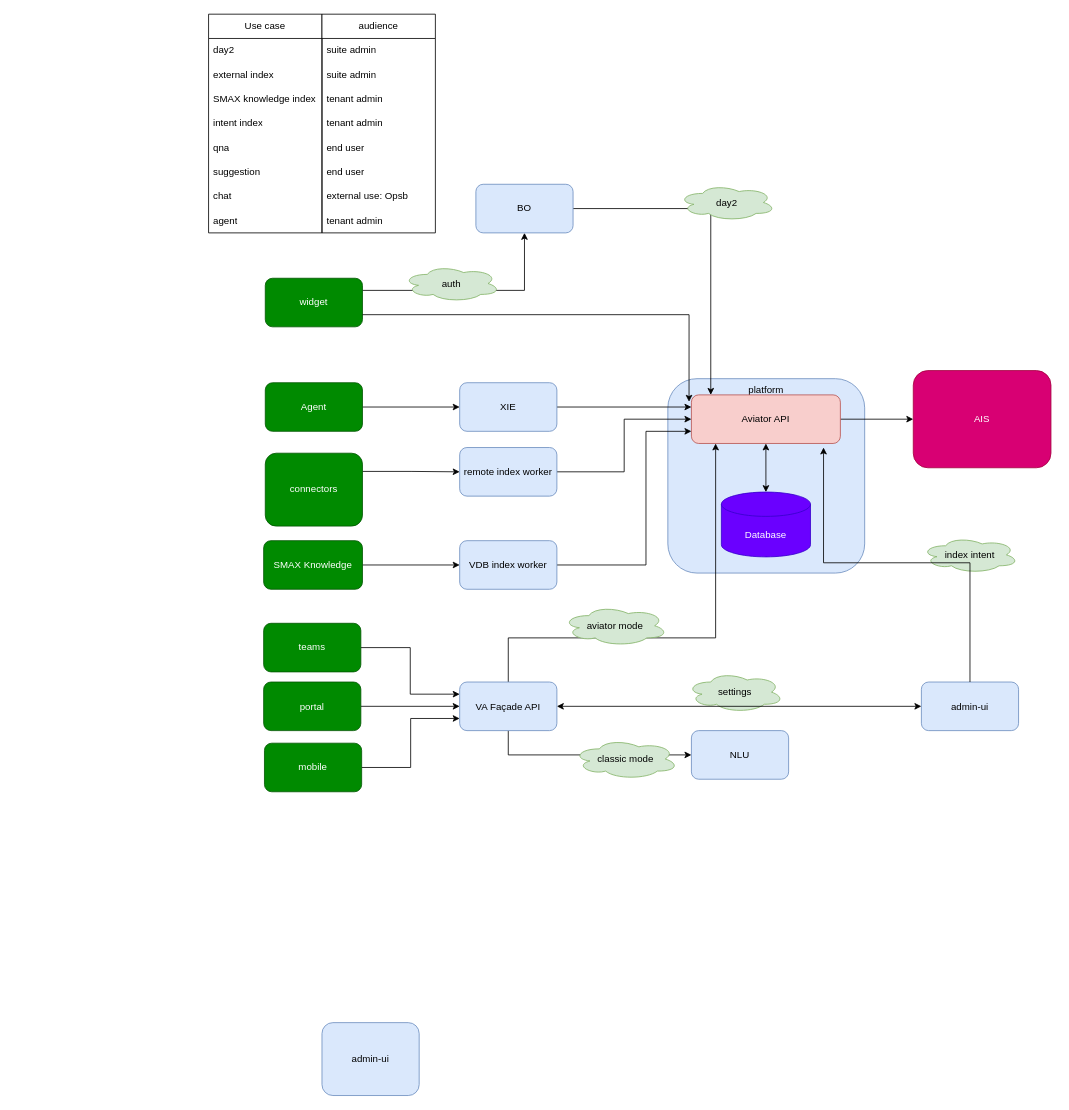
Earlier version of the draw.io diagram LLM/API adopt.drawio (Ice-YcY/Diagram). Source tidied: cells renumbered, new cells numbered last; positions are measured from the earlier drawing's top-left corner, leaving out a move shared by most shapes. Both pictures are drawn from the tidied source at 81%, with x=0, y=0 at pixel (208, 14).
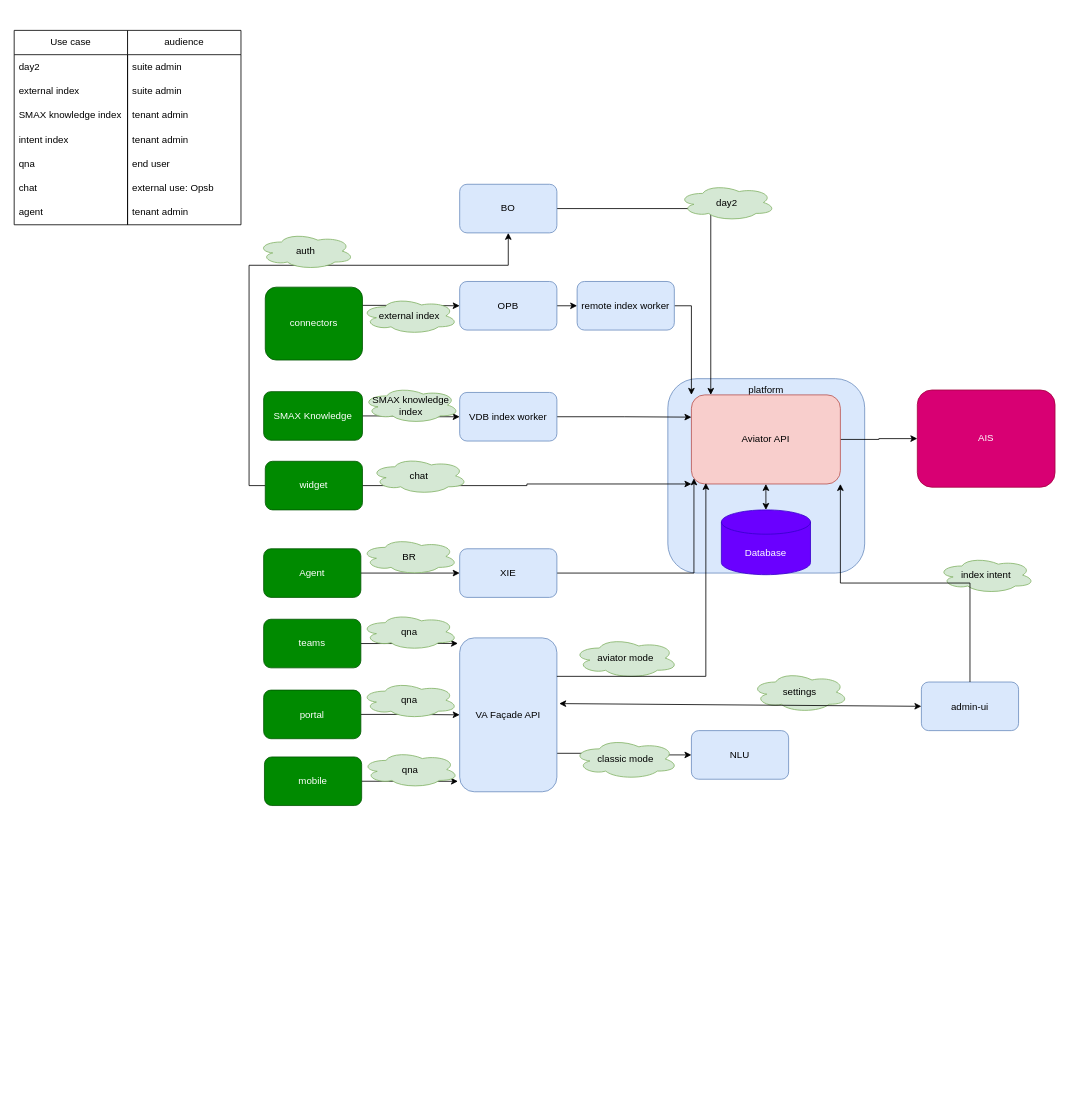
The same page after the edit.

The change refers to these unchanged cells:
```xml
<mxCell id="8" value="admin-ui" style="rounded=1;whiteSpace=wrap;html=1;fillColor=#dae8fc;strokeColor=#6c8ebf;" parent="1" vertex="1">
  <mxGeometry x="880" y="824.5" width="120" height="60" as="geometry" />
</mxCell>
<mxCell id="18" value="NLU" style="rounded=1;whiteSpace=wrap;html=1;fillColor=#dae8fc;strokeColor=#6c8ebf;" parent="1" vertex="1">
  <mxGeometry x="596.1" y="884.5" width="120" height="60" as="geometry" />
</mxCell>
```

Diff of the diagram source:
```diff
@@
     <mxCell id="4" value="portal" style="rounded=1;whiteSpace=wrap;html=1;fillColor=#008a00;fontColor=#ffffff;strokeColor=#005700;" parent="1" vertex="1">
-      <mxGeometry x="68" y="824.5" width="120" height="60" as="geometry" />
+      <mxGeometry x="68" y="834.5" width="120" height="60" as="geometry" />
     </mxCell>
-    <mxCell id="5" style="edgeStyle=orthogonalEdgeStyle;rounded=0;jettySize=auto;html=1;exitX=0.5;exitY=1;exitDx=0;exitDy=0;" parent="1" edge="1" source="7" target="18">
+    <mxCell id="5" style="edgeStyle=orthogonalEdgeStyle;rounded=0;jettySize=auto;html=1;exitX=1;exitY=0.75;exitDx=0;exitDy=0;" parent="1" edge="1" source="7" target="18">
       <mxGeometry relative="1" as="geometry" />
     </mxCell>
-    <mxCell id="6" style="edgeStyle=orthogonalEdgeStyle;rounded=0;jettySize=auto;html=1;exitX=0.5;exitY=0;exitDx=0;exitDy=0;" parent="1" edge="1" source="7" target="14">
-      <mxGeometry relative="1" as="geometry">
-        <Array as="points">
-          <mxPoint x="370" y="770" />
-          <mxPoint x="626" y="770" />
-        </Array>
-      </mxGeometry>
-    </mxCell>
     <mxCell id="7" value="VA Façade API" style="rounded=1;whiteSpace=wrap;html=1;fillColor=#dae8fc;strokeColor=#6c8ebf;" parent="1" vertex="1">
-      <mxGeometry x="310" y="824.5" width="120" height="60" as="geometry" />
+      <mxGeometry x="310" y="770" width="120" height="190" as="geometry" />
     </mxCell>
@@
-    <mxCell id="9" style="edgeStyle=orthogonalEdgeStyle;rounded=0;jettySize=auto;html=1;exitX=1;exitY=0.5;exitDx=0;exitDy=0;entryX=0;entryY=0.25;entryDx=0;entryDy=0;" parent="1" edge="1" source="10" target="7">
+    <mxCell id="9" style="edgeStyle=orthogonalEdgeStyle;rounded=0;jettySize=auto;html=1;exitX=1;exitY=0.5;exitDx=0;exitDy=0;entryX=-0.018;entryY=0.036;entryDx=0;entryDy=0;entryPerimeter=0;" parent="1" edge="1" source="10" target="7">
       <mxGeometry relative="1" as="geometry" />
     </mxCell>
     <mxCell id="10" value="teams" style="rounded=1;whiteSpace=wrap;html=1;fillColor=#008a00;fontColor=#ffffff;strokeColor=#005700;" parent="1" vertex="1">
-      <mxGeometry x="68" y="752" width="120" height="60" as="geometry" />
+      <mxGeometry x="68" y="747" width="120" height="60" as="geometry" />
     </mxCell>
-    <mxCell id="11" style="edgeStyle=orthogonalEdgeStyle;rounded=0;jettySize=auto;html=1;exitX=1;exitY=0.5;exitDx=0;exitDy=0;entryX=0;entryY=0.75;entryDx=0;entryDy=0;" parent="1" edge="1" source="12" target="7">
+    <mxCell id="11" style="edgeStyle=orthogonalEdgeStyle;rounded=0;jettySize=auto;html=1;exitX=1;exitY=0.5;exitDx=0;exitDy=0;entryX=-0.018;entryY=0.932;entryDx=0;entryDy=0;entryPerimeter=0;" parent="1" edge="1" source="12" target="7">
       <mxGeometry relative="1" as="geometry" />
     </mxCell>
     <mxCell id="12" value="mobile" style="rounded=1;whiteSpace=wrap;html=1;fillColor=#008a00;fontColor=#ffffff;strokeColor=#005700;" parent="1" vertex="1">
-      <mxGeometry x="69" y="900" width="120" height="60" as="geometry" />
+      <mxGeometry x="69" y="917" width="120" height="60" as="geometry" />
     </mxCell>
@@
     <mxCell id="14" value="Aviator API" style="rounded=1;whiteSpace=wrap;html=1;fillColor=#f8cecc;strokeColor=#b85450;" parent="1" vertex="1">
-      <mxGeometry x="596.1" y="470" width="183.9" height="60" as="geometry" />
+      <mxGeometry x="596.1" y="470" width="183.9" height="110" as="geometry" />
     </mxCell>
     <mxCell id="15" value="index intent" style="ellipse;shape=cloud;whiteSpace=wrap;html=1;fillColor=#d5e8d4;strokeColor=#82b366;" parent="1" vertex="1">
-      <mxGeometry x="880" y="645" width="120" height="45" as="geometry" />
+      <mxGeometry x="900" y="670" width="120" height="45" as="geometry" />
     </mxCell>
     <mxCell id="16" value="aviator mode" style="ellipse;shape=cloud;whiteSpace=wrap;html=1;verticalAlign=middle;fillColor=#d5e8d4;strokeColor=#82b366;" parent="1" vertex="1">
-      <mxGeometry x="437" y="730" width="130" height="50" as="geometry" />
+      <mxGeometry x="450" y="770" width="130" height="50" as="geometry" />
     </mxCell>
     <mxCell id="17" value="Database" style="shape=cylinder3;whiteSpace=wrap;html=1;boundedLbl=1;backgroundOutline=1;size=15;fillColor=#6a00ff;strokeColor=#3700CC;fontColor=#ffffff;" parent="1" vertex="1">
-      <mxGeometry x="633.1" y="590" width="110" height="80" as="geometry" />
+      <mxGeometry x="633.1" y="612" width="110" height="80" as="geometry" />
     </mxCell>
@@
     <mxCell id="19" value="settings" style="ellipse;shape=cloud;whiteSpace=wrap;html=1;fillColor=#d5e8d4;strokeColor=#82b366;" parent="1" vertex="1">
-      <mxGeometry x="590" y="812" width="120" height="50" as="geometry" />
+      <mxGeometry x="670" y="812" width="120" height="50" as="geometry" />
     </mxCell>
-    <mxCell id="20" style="endArrow=classic;startArrow=classic;html=1;rounded=0;exitX=1;exitY=0.5;exitDx=0;exitDy=0;entryX=0;entryY=0.5;entryDx=0;entryDy=0;" parent="1" edge="1" source="7" target="8">
+    <mxCell id="20" style="endArrow=classic;startArrow=classic;html=1;rounded=0;exitX=1.024;exitY=0.427;exitDx=0;exitDy=0;entryX=0;entryY=0.5;entryDx=0;entryDy=0;exitPerimeter=0;" parent="1" edge="1" source="7" target="8">
       <mxGeometry relative="1" as="geometry" />
     </mxCell>
@@
     <mxCell id="23" value="AIS" style="rounded=1;whiteSpace=wrap;html=1;fillColor=#d80073;fontColor=#ffffff;strokeColor=#A50040;" parent="1" vertex="1">
-      <mxGeometry x="870" y="440" width="170" height="120" as="geometry" />
+      <mxGeometry x="875" y="464" width="170" height="120" as="geometry" />
     </mxCell>
-    <mxCell id="24" value="admin-ui" style="rounded=1;whiteSpace=wrap;html=1;fillColor=#dae8fc;strokeColor=#6c8ebf;" parent="1" vertex="1">
-      <mxGeometry x="140" y="1245" width="120" height="90" as="geometry" />
-    </mxCell>
+    <mxCell id="41" style="edgeStyle=orthogonalEdgeStyle;rounded=0;jettySize=auto;html=1;exitX=1;exitY=0.5;exitDx=0;exitDy=0;entryX=0;entryY=1;entryDx=0;entryDy=0;" parent="1" edge="1" source="26" target="14">
+      <mxGeometry relative="1" as="geometry">
+        <Array as="points">
+          <mxPoint x="393" y="582" />
+          <mxPoint x="393" y="580" />
+        </Array>
+      </mxGeometry>
+    </mxCell>
-    <mxCell id="25" style="edgeStyle=orthogonalEdgeStyle;rounded=0;jettySize=auto;html=1;exitX=1;exitY=0.25;exitDx=0;exitDy=0;entryX=0.5;entryY=1;entryDx=0;entryDy=0;" parent="1" edge="1" source="26" target="28">
-      <mxGeometry relative="1" as="geometry" />
+    <mxCell id="25" style="edgeStyle=orthogonalEdgeStyle;rounded=0;jettySize=auto;html=1;exitX=0;exitY=0.5;exitDx=0;exitDy=0;entryX=0.5;entryY=1;entryDx=0;entryDy=0;" parent="1" edge="1" source="26" target="28">
+      <mxGeometry relative="1" as="geometry">
+        <Array as="points">
+          <mxPoint x="50" y="582" />
+          <mxPoint x="50" y="310" />
+          <mxPoint x="370" y="310" />
+        </Array>
+      </mxGeometry>
     </mxCell>
     <mxCell id="26" value="widget" style="rounded=1;whiteSpace=wrap;html=1;fillColor=#008a00;fontColor=#ffffff;strokeColor=#005700;" parent="1" vertex="1">
-      <mxGeometry x="70" y="326" width="120" height="60" as="geometry" />
+      <mxGeometry x="70" y="552" width="120" height="60" as="geometry" />
     </mxCell>
@@
     <mxCell id="28" value="BO" style="rounded=1;whiteSpace=wrap;html=1;fillColor=#dae8fc;strokeColor=#6c8ebf;" parent="1" vertex="1">
-      <mxGeometry x="330" y="210" width="120" height="60" as="geometry" />
+      <mxGeometry x="310" y="210" width="120" height="60" as="geometry" />
     </mxCell>
@@
-    <mxCell id="30" style="edgeStyle=orthogonalEdgeStyle;rounded=0;jettySize=auto;html=1;exitX=1;exitY=0.25;exitDx=0;exitDy=0;entryX=0;entryY=0.5;entryDx=0;entryDy=0;" parent="1" edge="1" source="31" target="33">
+    <mxCell id="30" style="edgeStyle=orthogonalEdgeStyle;rounded=0;jettySize=auto;html=1;exitX=1;exitY=0.25;exitDx=0;exitDy=0;" parent="1" edge="1" source="31" target="64">
       <mxGeometry relative="1" as="geometry" />
     </mxCell>
     <mxCell id="31" value="connectors" style="rounded=1;whiteSpace=wrap;html=1;fillColor=#008a00;fontColor=#ffffff;strokeColor=#005700;" parent="1" vertex="1">
-      <mxGeometry x="70" y="542" width="120" height="90" as="geometry" />
+      <mxGeometry x="70" y="337" width="120" height="90" as="geometry" />
     </mxCell>
-    <mxCell id="32" style="edgeStyle=orthogonalEdgeStyle;rounded=0;jettySize=auto;html=1;exitX=1;exitY=0.5;exitDx=0;exitDy=0;entryX=0;entryY=0.5;entryDx=0;entryDy=0;" parent="1" edge="1" source="33" target="14">
+    <mxCell id="32" style="edgeStyle=orthogonalEdgeStyle;rounded=0;jettySize=auto;html=1;exitX=1;exitY=0.5;exitDx=0;exitDy=0;entryX=0;entryY=0;entryDx=0;entryDy=0;" parent="1" edge="1" source="33" target="14">
       <mxGeometry relative="1" as="geometry" />
     </mxCell>
     <mxCell id="33" value="remote index worker" style="rounded=1;whiteSpace=wrap;html=1;fillColor=#dae8fc;strokeColor=#6c8ebf;" parent="1" vertex="1">
-      <mxGeometry x="310" y="535" width="120" height="60" as="geometry" />
+      <mxGeometry x="455" y="330" width="120" height="60" as="geometry" />
     </mxCell>
-    <mxCell id="34" style="edgeStyle=orthogonalEdgeStyle;rounded=0;jettySize=auto;html=1;exitX=1;exitY=0.5;exitDx=0;exitDy=0;entryX=0;entryY=0.75;entryDx=0;entryDy=0;" parent="1" edge="1" source="35" target="14">
-      <mxGeometry relative="1" as="geometry">
-        <Array as="points">
-          <mxPoint x="540" y="680" />
-          <mxPoint x="540" y="515" />
-        </Array>
-      </mxGeometry>
+    <mxCell id="34" style="edgeStyle=orthogonalEdgeStyle;rounded=0;jettySize=auto;html=1;exitX=1;exitY=0.5;exitDx=0;exitDy=0;entryX=0;entryY=0.25;entryDx=0;entryDy=0;" parent="1" edge="1" source="35" target="14">
+      <mxGeometry relative="1" as="geometry" />
     </mxCell>
     <mxCell id="35" value="VDB index worker" style="rounded=1;whiteSpace=wrap;html=1;fillColor=#dae8fc;strokeColor=#6c8ebf;" parent="1" vertex="1">
-      <mxGeometry x="310" y="650" width="120" height="60" as="geometry" />
+      <mxGeometry x="310" y="467" width="120" height="60" as="geometry" />
     </mxCell>
     <mxCell id="36" value="auth" style="ellipse;shape=cloud;whiteSpace=wrap;html=1;fillColor=#d5e8d4;strokeColor=#82b366;" parent="1" vertex="1">
-      <mxGeometry x="240" y="310" width="120" height="45" as="geometry" />
+      <mxGeometry x="60" y="270" width="120" height="45" as="geometry" />
     </mxCell>
@@
     <mxCell id="38" value="Agent" style="rounded=1;whiteSpace=wrap;html=1;fillColor=#008a00;fontColor=#ffffff;strokeColor=#005700;" parent="1" vertex="1">
-      <mxGeometry x="70" y="455" width="120" height="60" as="geometry" />
+      <mxGeometry x="68" y="660" width="120" height="60" as="geometry" />
     </mxCell>
-    <mxCell id="39" style="edgeStyle=orthogonalEdgeStyle;rounded=0;jettySize=auto;html=1;exitX=1;exitY=0.5;exitDx=0;exitDy=0;entryX=0;entryY=0.25;entryDx=0;entryDy=0;" parent="1" edge="1" source="40" target="14">
+    <mxCell id="39" style="edgeStyle=orthogonalEdgeStyle;rounded=0;jettySize=auto;html=1;exitX=1;exitY=0.5;exitDx=0;exitDy=0;entryX=0.017;entryY=0.937;entryDx=0;entryDy=0;entryPerimeter=0;" parent="1" edge="1" source="40" target="14">
       <mxGeometry relative="1" as="geometry" />
     </mxCell>
     <mxCell id="40" value="XIE" style="rounded=1;whiteSpace=wrap;html=1;fillColor=#dae8fc;strokeColor=#6c8ebf;" parent="1" vertex="1">
-      <mxGeometry x="310" y="455" width="120" height="60" as="geometry" />
+      <mxGeometry x="310" y="660" width="120" height="60" as="geometry" />
     </mxCell>
-    <mxCell id="41" style="edgeStyle=orthogonalEdgeStyle;rounded=0;jettySize=auto;html=1;exitX=1;exitY=0.75;exitDx=0;exitDy=0;entryX=-0.016;entryY=0.142;entryDx=0;entryDy=0;entryPerimeter=0;" parent="1" edge="1" source="26" target="14">
-      <mxGeometry relative="1" as="geometry" />
-    </mxCell>
@@
     <mxCell id="43" value="SMAX Knowledge" style="rounded=1;whiteSpace=wrap;html=1;fillColor=#008a00;fontColor=#ffffff;strokeColor=#005700;" parent="1" vertex="1">
-      <mxGeometry x="68" y="650" width="122" height="60" as="geometry" />
+      <mxGeometry x="68" y="466" width="122" height="60" as="geometry" />
     </mxCell>
-    <mxCell id="44" style="edgeStyle=orthogonalEdgeStyle;rounded=0;jettySize=auto;html=1;exitX=0.5;exitY=0;exitDx=0;exitDy=0;entryX=0.887;entryY=1.083;entryDx=0;entryDy=0;entryPerimeter=0;" parent="1" edge="1" source="8" target="14">
+    <mxCell id="44" style="edgeStyle=orthogonalEdgeStyle;rounded=0;jettySize=auto;html=1;exitX=0.5;exitY=0;exitDx=0;exitDy=0;entryX=1;entryY=1;entryDx=0;entryDy=0;" parent="1" edge="1" source="8" target="14">
       <mxGeometry relative="1" as="geometry" />
     </mxCell>
     <mxCell id="45" value="Use case" style="swimlane;fontStyle=0;horizontal=1;startSize=30;whiteSpace=wrap;html=1;labelBackgroundColor=none;labelBorderColor=none;textShadow=0;" parent="1" vertex="1">
-      <mxGeometry width="140" height="270" as="geometry" />
+      <mxGeometry x="-240" y="20" width="140" height="240" as="geometry" />
     </mxCell>
@@
-    <mxCell id="51" value="suggestion" style="text;strokeColor=none;fillColor=none;align=left;verticalAlign=middle;spacingLeft=4;spacingRight=4;overflow=hidden;whiteSpace=wrap;html=1;" parent="45" vertex="1">
-      <mxGeometry y="180" width="140" height="30" as="geometry" />
-    </mxCell>
     <mxCell id="52" value="chat" style="text;strokeColor=none;fillColor=none;align=left;verticalAlign=middle;spacingLeft=4;spacingRight=4;overflow=hidden;whiteSpace=wrap;html=1;" parent="45" vertex="1">
-      <mxGeometry y="210" width="140" height="30" as="geometry" />
+      <mxGeometry y="180" width="140" height="30" as="geometry" />
     </mxCell>
     <mxCell id="53" value="agent" style="text;strokeColor=none;fillColor=none;align=left;verticalAlign=middle;spacingLeft=4;spacingRight=4;overflow=hidden;whiteSpace=wrap;html=1;" parent="45" vertex="1">
-      <mxGeometry y="240" width="140" height="30" as="geometry" />
+      <mxGeometry y="210" width="140" height="30" as="geometry" />
     </mxCell>
     <mxCell id="54" value="audience" style="swimlane;fontStyle=0;horizontal=1;startSize=30;whiteSpace=wrap;html=1;" parent="1" vertex="1">
-      <mxGeometry x="140" width="140" height="270" as="geometry" />
+      <mxGeometry x="-100" y="20" width="140" height="240" as="geometry" />
     </mxCell>
@@
-    <mxCell id="60" value="end user" style="text;strokeColor=none;fillColor=none;align=left;verticalAlign=middle;spacingLeft=4;spacingRight=4;overflow=hidden;whiteSpace=wrap;html=1;" parent="54" vertex="1">
-      <mxGeometry y="180" width="140" height="30" as="geometry" />
-    </mxCell>
     <mxCell id="61" value="external use: Opsb" style="text;strokeColor=none;fillColor=none;align=left;verticalAlign=middle;spacingLeft=4;spacingRight=4;overflow=hidden;whiteSpace=wrap;html=1;" parent="54" vertex="1">
-      <mxGeometry y="210" width="140" height="30" as="geometry" />
+      <mxGeometry y="180" width="140" height="30" as="geometry" />
     </mxCell>
     <mxCell id="62" value="tenant admin" style="text;strokeColor=none;fillColor=none;align=left;verticalAlign=middle;spacingLeft=4;spacingRight=4;overflow=hidden;whiteSpace=wrap;html=1;" parent="54" vertex="1">
-      <mxGeometry y="240" width="140" height="30" as="geometry" />
+      <mxGeometry y="210" width="140" height="30" as="geometry" />
     </mxCell>
+    <mxCell id="6" style="edgeStyle=orthogonalEdgeStyle;rounded=0;jettySize=auto;html=1;exitX=1;exitY=0.25;exitDx=0;exitDy=0;entryX=0.097;entryY=0.989;entryDx=0;entryDy=0;entryPerimeter=0;" parent="1" edge="1" source="7" target="14">
+      <mxGeometry relative="1" as="geometry" />
+    </mxCell>
+    <mxCell id="63" style="edgeStyle=orthogonalEdgeStyle;rounded=0;jettySize=auto;html=1;exitX=1;exitY=0.5;exitDx=0;exitDy=0;entryX=0;entryY=0.5;entryDx=0;entryDy=0;" parent="1" edge="1" source="64" target="33">
+      <mxGeometry relative="1" as="geometry" />
+    </mxCell>
+    <mxCell id="64" value="OPB" style="rounded=1;whiteSpace=wrap;html=1;fillColor=#dae8fc;strokeColor=#6c8ebf;" parent="1" vertex="1">
+      <mxGeometry x="310" y="330" width="120" height="60" as="geometry" />
+    </mxCell>
+    <mxCell id="65" value="&lt;span style=&quot;text-align: left;&quot;&gt;external index&lt;/span&gt;" style="ellipse;shape=cloud;whiteSpace=wrap;html=1;fillColor=#d5e8d4;strokeColor=#82b366;" parent="1" vertex="1">
+      <mxGeometry x="188" y="350" width="120" height="45" as="geometry" />
+    </mxCell>
+    <mxCell id="66" value="&lt;span style=&quot;text-align: left;&quot;&gt;SMAX knowledge index&lt;/span&gt;" style="ellipse;shape=cloud;whiteSpace=wrap;html=1;fillColor=#d5e8d4;strokeColor=#82b366;" parent="1" vertex="1">
+      <mxGeometry x="190" y="460" width="120" height="45" as="geometry" />
+    </mxCell>
+    <mxCell id="67" value="&lt;span style=&quot;text-align: left;&quot;&gt;chat&lt;/span&gt;" style="ellipse;shape=cloud;whiteSpace=wrap;html=1;fillColor=#d5e8d4;strokeColor=#82b366;" parent="1" vertex="1">
+      <mxGeometry x="200" y="547.5" width="120" height="45" as="geometry" />
+    </mxCell>
+    <mxCell id="68" value="&lt;span style=&quot;text-align: left;&quot;&gt;BR&lt;/span&gt;" style="ellipse;shape=cloud;whiteSpace=wrap;html=1;fillColor=#d5e8d4;strokeColor=#82b366;" parent="1" vertex="1">
+      <mxGeometry x="188" y="647" width="120" height="45" as="geometry" />
+    </mxCell>
+    <mxCell id="69" value="&lt;span style=&quot;text-align: left;&quot;&gt;qna&lt;/span&gt;" style="ellipse;shape=cloud;whiteSpace=wrap;html=1;fillColor=#d5e8d4;strokeColor=#82b366;" parent="1" vertex="1">
+      <mxGeometry x="188" y="740" width="120" height="45" as="geometry" />
+    </mxCell>
+    <mxCell id="70" value="&lt;span style=&quot;text-align: left;&quot;&gt;qna&lt;/span&gt;" style="ellipse;shape=cloud;whiteSpace=wrap;html=1;fillColor=#d5e8d4;strokeColor=#82b366;" parent="1" vertex="1">
+      <mxGeometry x="188" y="824.5" width="120" height="45" as="geometry" />
+    </mxCell>
+    <mxCell id="71" value="&lt;span style=&quot;text-align: left;&quot;&gt;qna&lt;/span&gt;" style="ellipse;shape=cloud;whiteSpace=wrap;html=1;fillColor=#d5e8d4;strokeColor=#82b366;" parent="1" vertex="1">
+      <mxGeometry x="189" y="910" width="120" height="45" as="geometry" />
+    </mxCell>
```
